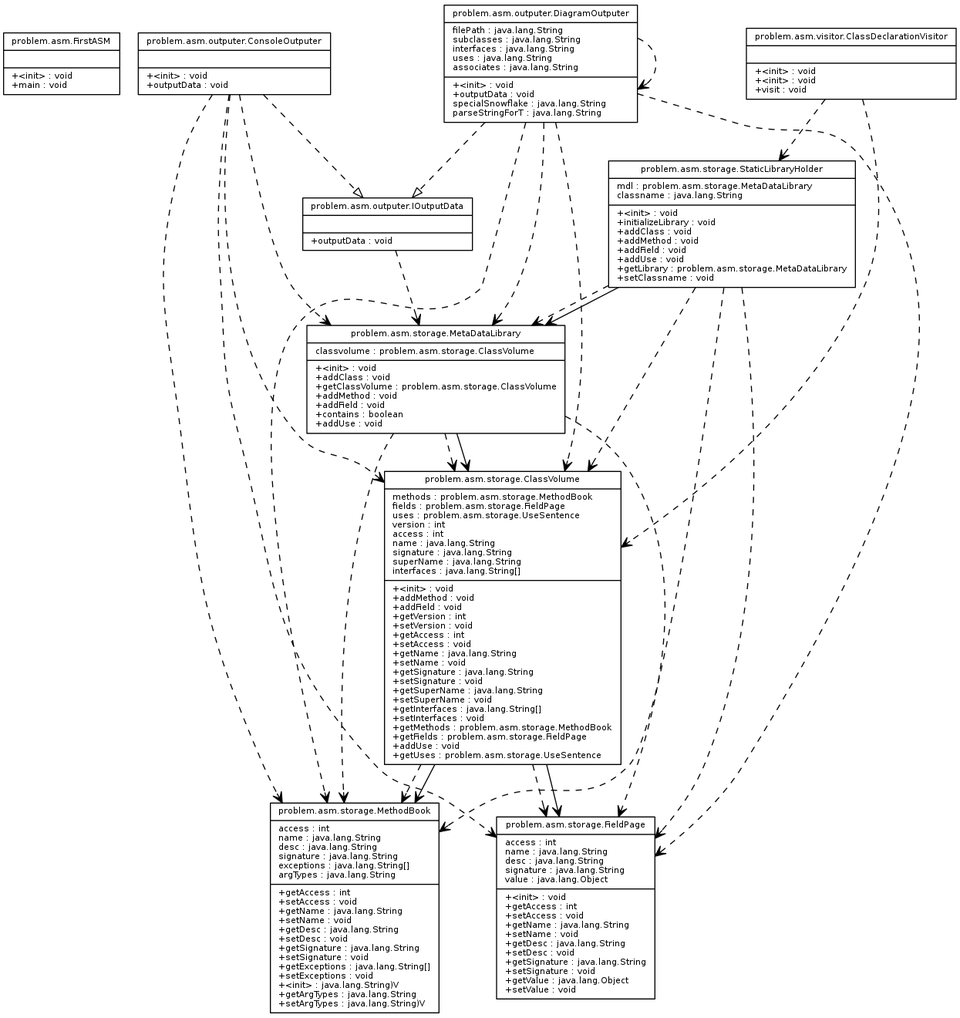
The Graphviz diagram dot/OurProject.png in schnip/BluePizzaDiagrams, before a commit. Its source is kept beside it as dot/OurProject.dot.
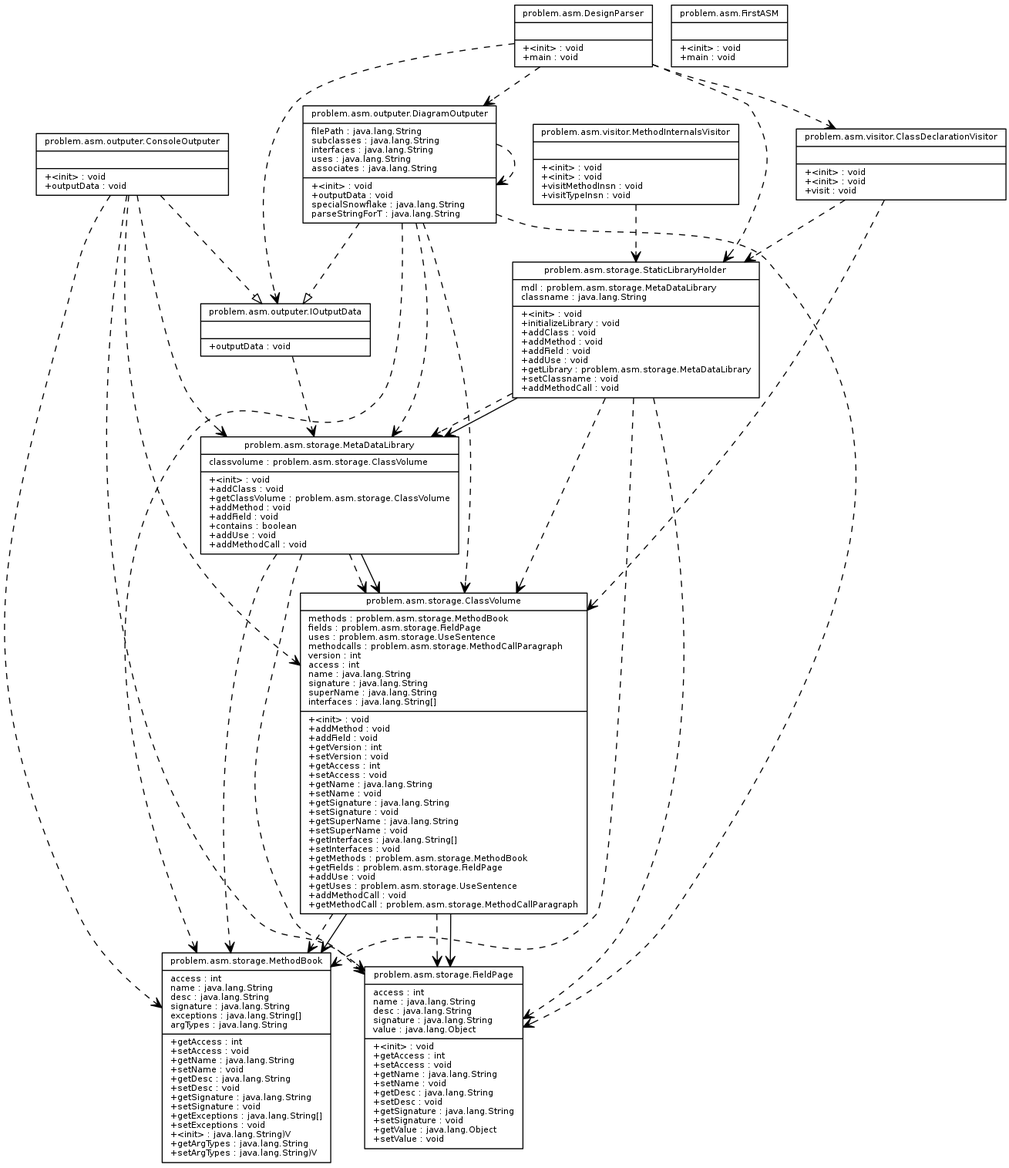
The same diagram one commit later.

The edit, as a diff of the source:
```diff
@@ -9,6 +9,9 @@
 edge [
 fontname = "Bitstream Vera Sans"
 fontsize = 8
+]
+problemasmDesignParser [
+label = "{problem.asm.DesignParser||+\<init\> : void\l+main : void\l}"
 ]
 problemasmFirstASM [
 label = "{problem.asm.FirstASM||+\<init\> : void\l+main : void\l}"
@@ -23,47 +26,55 @@
 label = "{problem.asm.outputer.IOutputData||+outputData : void\l}"
 ]
 problemasmstorageClassVolume [
-label = "{problem.asm.storage.ClassVolume|methods : problem.asm.storage.MethodBook\lfields : problem.asm.storage.FieldPage\luses : problem.asm.storage.UseSentence\lversion : int\laccess : int\lname : java.lang.String\lsignature : java.lang.String\lsuperName : java.lang.String\linterfaces : java.lang.String[]\l|+\<init\> : void\l+addMethod : void\l+addField : void\l+getVersion : int\l+setVersion : void\l+getAccess : int\l+setAccess : void\l+getName : java.lang.String\l+setName : void\l+getSignature : java.lang.String\l+setSignature : void\l+getSuperName : java.lang.String\l+setSuperName : void\l+getInterfaces : java.lang.String[]\l+setInterfaces : void\l+getMethods : problem.asm.storage.MethodBook\l+getFields : problem.asm.storage.FieldPage\l+addUse : void\l+getUses : problem.asm.storage.UseSentence\l}"
+label = "{problem.asm.storage.ClassVolume|methods : problem.asm.storage.MethodBook\lfields : problem.asm.storage.FieldPage\luses : problem.asm.storage.UseSentence\lmethodcalls : problem.asm.storage.MethodCallParagraph\lversion : int\laccess : int\lname : java.lang.String\lsignature : java.lang.String\lsuperName : java.lang.String\linterfaces : java.lang.String[]\l|+\<init\> : void\l+addMethod : void\l+addField : void\l+getVersion : int\l+setVersion : void\l+getAccess : int\l+setAccess : void\l+getName : java.lang.String\l+setName : void\l+getSignature : java.lang.String\l+setSignature : void\l+getSuperName : java.lang.String\l+setSuperName : void\l+getInterfaces : java.lang.String[]\l+setInterfaces : void\l+getMethods : problem.asm.storage.MethodBook\l+getFields : problem.asm.storage.FieldPage\l+addUse : void\l+getUses : problem.asm.storage.UseSentence\l+addMethodCall : void\l+getMethodCall : problem.asm.storage.MethodCallParagraph\l}"
 ]
 problemasmstorageFieldPage [
 label = "{problem.asm.storage.FieldPage|access : int\lname : java.lang.String\ldesc : java.lang.String\lsignature : java.lang.String\lvalue : java.lang.Object\l|+\<init\> : void\l+getAccess : int\l+setAccess : void\l+getName : java.lang.String\l+setName : void\l+getDesc : java.lang.String\l+setDesc : void\l+getSignature : java.lang.String\l+setSignature : void\l+getValue : java.lang.Object\l+setValue : void\l}"
 ]
 problemasmstorageMetaDataLibrary [
-label = "{problem.asm.storage.MetaDataLibrary|classvolume : problem.asm.storage.ClassVolume\l|+\<init\> : void\l+addClass : void\l+getClassVolume : problem.asm.storage.ClassVolume\l+addMethod : void\l+addField : void\l+contains : boolean\l+addUse : void\l}"
+label = "{problem.asm.storage.MetaDataLibrary|classvolume : problem.asm.storage.ClassVolume\l|+\<init\> : void\l+addClass : void\l+getClassVolume : problem.asm.storage.ClassVolume\l+addMethod : void\l+addField : void\l+contains : boolean\l+addUse : void\l+addMethodCall : void\l}"
 ]
 problemasmstorageMethodBook [
 label = "{problem.asm.storage.MethodBook|access : int\lname : java.lang.String\ldesc : java.lang.String\lsignature : java.lang.String\lexceptions : java.lang.String[]\largTypes : java.lang.String\l|+getAccess : int\l+setAccess : void\l+getName : java.lang.String\l+setName : void\l+getDesc : java.lang.String\l+setDesc : void\l+getSignature : java.lang.String\l+setSignature : void\l+getExceptions : java.lang.String[]\l+setExceptions : void\l+\<init\> : java.lang.String)V\l+getArgTypes : java.lang.String\l+setArgTypes : java.lang.String)V\l}"
 ]
 problemasmstorageStaticLibraryHolder [
-label = "{problem.asm.storage.StaticLibraryHolder|mdl : problem.asm.storage.MetaDataLibrary\lclassname : java.lang.String\l|+\<init\> : void\l+initializeLibrary : void\l+addClass : void\l+addMethod : void\l+addField : void\l+addUse : void\l+getLibrary : problem.asm.storage.MetaDataLibrary\l+setClassname : void\l}"
+label = "{problem.asm.storage.StaticLibraryHolder|mdl : problem.asm.storage.MetaDataLibrary\lclassname : java.lang.String\l|+\<init\> : void\l+initializeLibrary : void\l+addClass : void\l+addMethod : void\l+addField : void\l+addUse : void\l+getLibrary : problem.asm.storage.MetaDataLibrary\l+setClassname : void\l+addMethodCall : void\l}"
 ]
 problemasmvisitorClassDeclarationVisitor [
 label = "{problem.asm.visitor.ClassDeclarationVisitor||+\<init\> : void\l+\<init\> : void\l+visit : void\l}"
+]
+problemasmvisitorMethodInternalsVisitor [
+label = "{problem.asm.visitor.MethodInternalsVisitor||+\<init\> : void\l+\<init\> : void\l+visitMethodInsn : void\l+visitTypeInsn : void\l}"
 ]
 edge [ arrowhead = "empty", style = "none" ]
 edge [ arrowhead = "empty", style = "dashed" ]
 problemasmoutputerDiagramOutputer -> problemasmoutputerIOutputData
 problemasmoutputerConsoleOutputer -> problemasmoutputerIOutputData
 edge [ arrowhead = "vee", style = "dashed" ]
+problemasmoutputerDiagramOutputer -> problemasmstorageMethodBook
+problemasmstorageMetaDataLibrary -> problemasmstorageFieldPage
+problemasmoutputerConsoleOutputer -> problemasmstorageMethodBook
+problemasmstorageMetaDataLibrary -> problemasmstorageMethodBook
+problemasmvisitorMethodInternalsVisitor -> problemasmstorageStaticLibraryHolder
+problemasmvisitorClassDeclarationVisitor -> problemasmstorageStaticLibraryHolder
+problemasmstorageStaticLibraryHolder -> problemasmstorageMetaDataLibrary
+problemasmDesignParser -> problemasmvisitorClassDeclarationVisitor
+problemasmoutputerDiagramOutputer -> problemasmstorageMetaDataLibrary
+problemasmstorageMetaDataLibrary -> problemasmstorageClassVolume
 problemasmstorageStaticLibraryHolder -> problemasmstorageFieldPage
-problemasmstorageMetaDataLibrary -> problemasmstorageFieldPage
-problemasmoutputerDiagramOutputer -> problemasmstorageMethodBook
 problemasmoutputerConsoleOutputer -> problemasmstorageMetaDataLibrary
-problemasmstorageMetaDataLibrary -> problemasmstorageMethodBook
-problemasmoutputerConsoleOutputer -> problemasmstorageMethodBook
+problemasmDesignParser -> problemasmoutputerDiagramOutputer
 problemasmstorageStaticLibraryHolder -> problemasmstorageClassVolume
 problemasmoutputerDiagramOutputer -> problemasmstorageFieldPage
-problemasmvisitorClassDeclarationVisitor -> problemasmstorageStaticLibraryHolder
+problemasmDesignParser -> problemasmoutputerIOutputData
 problemasmvisitorClassDeclarationVisitor -> problemasmstorageClassVolume
 problemasmoutputerDiagramOutputer -> problemasmstorageClassVolume
 problemasmoutputerConsoleOutputer -> problemasmstorageFieldPage
 problemasmoutputerConsoleOutputer -> problemasmstorageClassVolume
+problemasmDesignParser -> problemasmstorageStaticLibraryHolder
 problemasmoutputerIOutputData -> problemasmstorageMetaDataLibrary
-problemasmstorageStaticLibraryHolder -> problemasmstorageMetaDataLibrary
 problemasmstorageStaticLibraryHolder -> problemasmstorageMethodBook
 problemasmoutputerDiagramOutputer -> problemasmoutputerDiagramOutputer
-problemasmstorageMetaDataLibrary -> problemasmstorageClassVolume
-problemasmoutputerDiagramOutputer -> problemasmstorageMetaDataLibrary
 problemasmstorageClassVolume -> problemasmstorageMethodBook
 problemasmstorageClassVolume -> problemasmstorageFieldPage
 edge [ arrowhead = "vee", style = "none" ]
```
